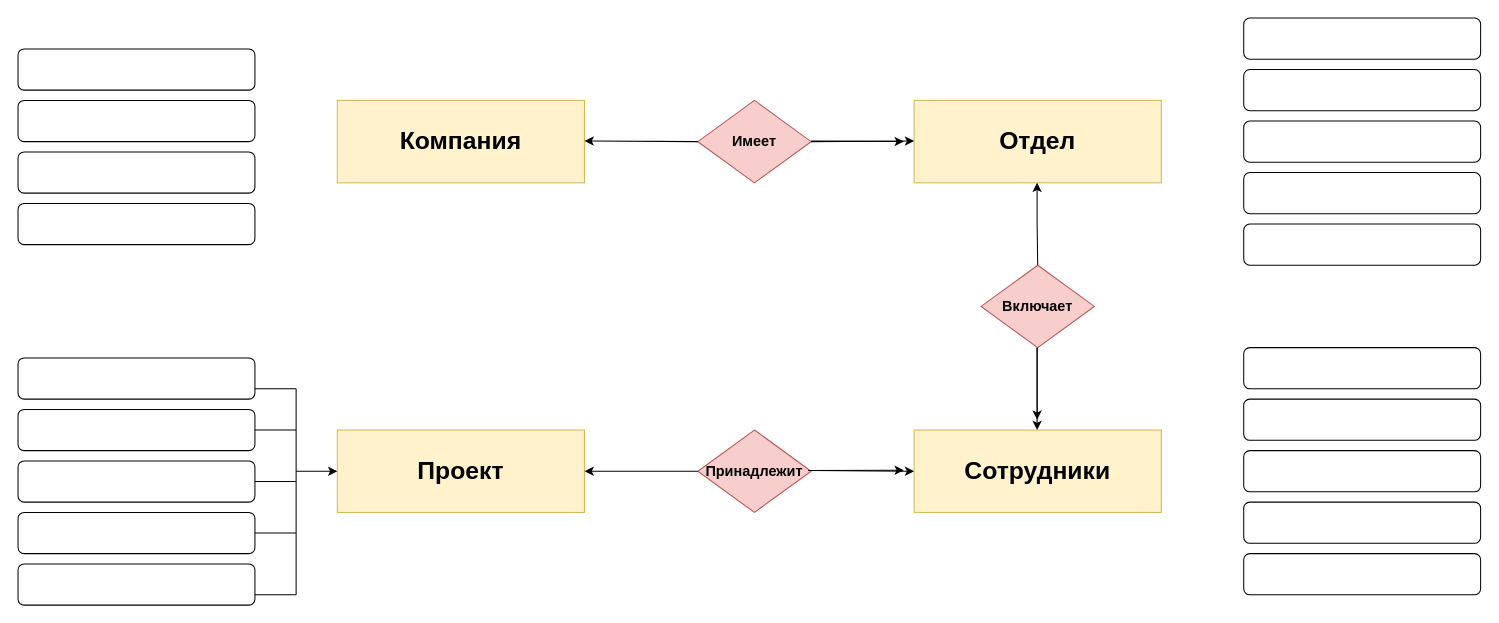
This is Диаграмма без названия.drawio from Valkova-Nastya/main, a draw.io file, before an edit. Source tidied: cells renumbered, new cells numbered last; positions are measured from the earlier drawing's top-left corner, leaving out a move shared by most shapes. Both pictures are drawn from the tidied source at 103%, with x=0, y=0 at pixel (18, 18).
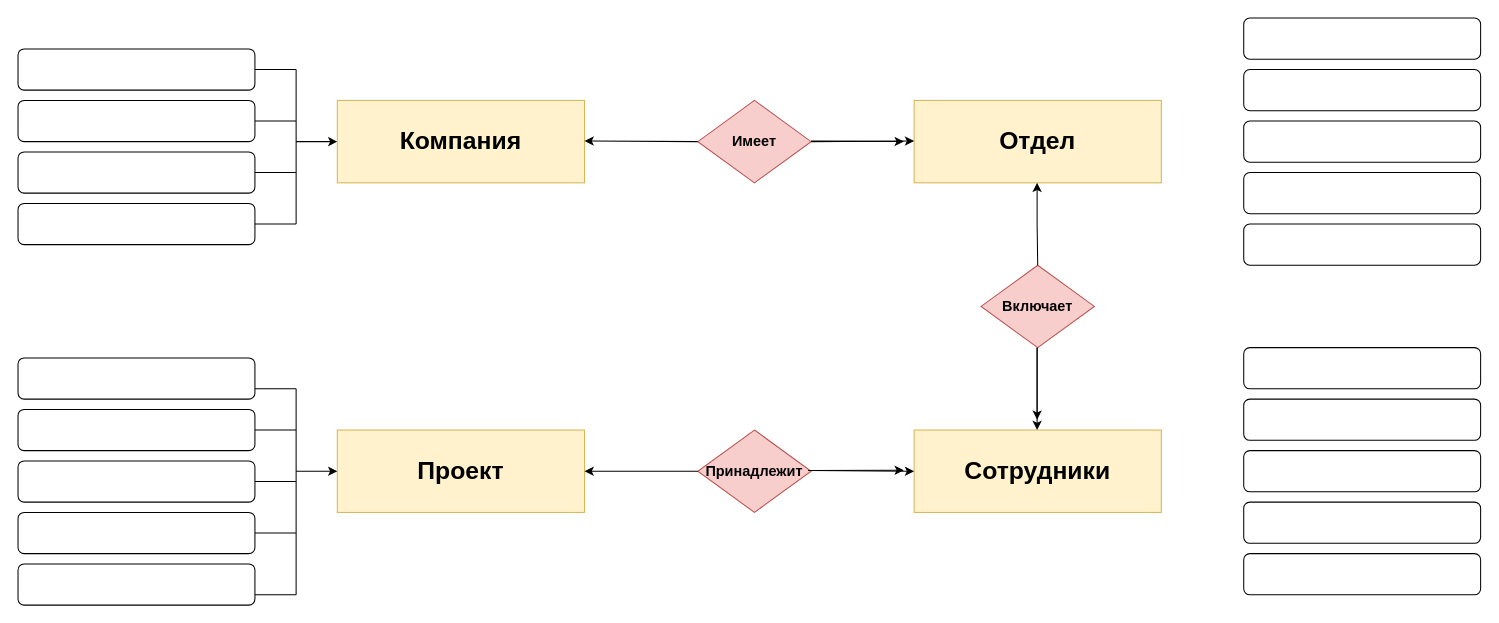
The same diagram, later.

The change refers to these unchanged cells:
```xml
<mxCell id="2" value="&lt;h1&gt;Компания&lt;/h1&gt;" style="rounded=0;whiteSpace=wrap;html=1;fillColor=#fff2cc;strokeColor=#d6b656;" parent="1" vertex="1">
  <mxGeometry x="310" y="80" width="240" height="80" as="geometry" />
</mxCell>
```

The edit, as a diff of the source:
```diff
@@
+    <mxCell id="44" style="endArrow=none;html=1;rounded=0;" parent="1" edge="1">
+      <mxGeometry relative="1" as="geometry">
+        <mxPoint x="270" y="200" as="sourcePoint" />
+        <mxPoint x="270" y="50" as="targetPoint" />
+      </mxGeometry>
+    </mxCell>
+    <mxCell id="45" style="endArrow=classic;html=1;rounded=0;entryX=0;entryY=0.5;entryDx=0;entryDy=0;" parent="1" edge="1" target="2">
+      <mxGeometry relative="1" as="geometry">
+        <mxPoint x="270" y="120" as="sourcePoint" />
+      </mxGeometry>
+    </mxCell>
+    <mxCell id="46" style="endArrow=none;html=1;rounded=0;" parent="1" edge="1">
+      <mxGeometry relative="1" as="geometry">
+        <mxPoint x="230" y="50" as="sourcePoint" />
+        <mxPoint x="270" y="50" as="targetPoint" />
+      </mxGeometry>
+    </mxCell>
+    <mxCell id="47" style="endArrow=none;html=1;rounded=0;" parent="1" edge="1">
+      <mxGeometry relative="1" as="geometry">
+        <mxPoint x="230" y="100" as="sourcePoint" />
+        <mxPoint x="270" y="100" as="targetPoint" />
+      </mxGeometry>
+    </mxCell>
+    <mxCell id="48" style="endArrow=none;html=1;rounded=0;" parent="1" edge="1">
+      <mxGeometry relative="1" as="geometry">
+        <mxPoint x="230" y="150" as="sourcePoint" />
+        <mxPoint x="270" y="150" as="targetPoint" />
+      </mxGeometry>
+    </mxCell>
+    <mxCell id="49" style="endArrow=none;html=1;rounded=0;" parent="1" edge="1">
+      <mxGeometry relative="1" as="geometry">
+        <mxPoint x="230" y="200" as="sourcePoint" />
+        <mxPoint x="270" y="200" as="targetPoint" />
+      </mxGeometry>
+    </mxCell>
```
